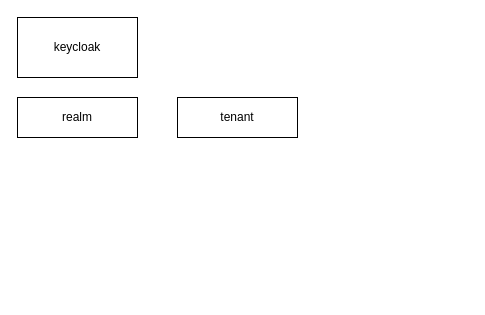
The draw.io diagram drawio/keycloak.drawio in ParisaMousavi/wordpress, before the edit. Source tidied: cells renumbered, new cells numbered last; positions are measured from the earlier drawing's top-left corner, leaving out a move shared by most shapes. Both pictures are drawn from the tidied source at 100%, with x=0, y=0 at pixel (17, 17).
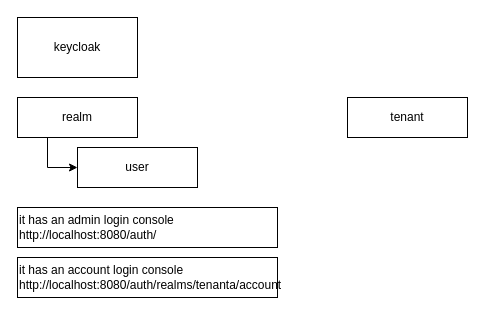
Above is the later version.

The edit, as a diff of the source:
```diff
@@
 <mxGraphModel>
   <root>
     <mxCell id="0" />
     <mxCell id="1" parent="0" />
     <mxCell id="2" value="keycloak" style="rounded=0;whiteSpace=wrap;html=1;" parent="1" vertex="1">
       <mxGeometry width="120" height="60" as="geometry" />
     </mxCell>
+    <mxCell id="5" style="edgeStyle=orthogonalEdgeStyle;rounded=0;jettySize=auto;html=1;exitX=0.25;exitY=1;exitDx=0;exitDy=0;entryX=0;entryY=0.5;entryDx=0;entryDy=0;" parent="1" edge="1" source="3" target="6">
+      <mxGeometry relative="1" as="geometry" />
+    </mxCell>
     <mxCell id="3" value="realm" style="rounded=0;whiteSpace=wrap;html=1;" parent="1" vertex="1">
       <mxGeometry y="80" width="120" height="40" as="geometry" />
     </mxCell>
     <mxCell id="4" value="tenant" style="rounded=0;whiteSpace=wrap;html=1;" parent="1" vertex="1">
-      <mxGeometry x="160" y="80" width="120" height="40" as="geometry" />
+      <mxGeometry x="330" y="80" width="120" height="40" as="geometry" />
     </mxCell>
+    <mxCell id="6" value="user" style="rounded=0;whiteSpace=wrap;html=1;" parent="1" vertex="1">
+      <mxGeometry x="60" y="130" width="120" height="40" as="geometry" />
+    </mxCell>
+    <mxCell id="7" value="it has an admin login console&lt;br&gt;http://localhost:8080/auth/" style="rounded=0;whiteSpace=wrap;html=1;align=left;" parent="1" vertex="1">
+      <mxGeometry y="190" width="260" height="40" as="geometry" />
+    </mxCell>
+    <mxCell id="8" value="it has an account login console&lt;br&gt;http://localhost:8080/auth/realms/tenanta/account" style="rounded=0;whiteSpace=wrap;html=1;align=left;" parent="1" vertex="1">
+      <mxGeometry y="240" width="260" height="40" as="geometry" />
+    </mxCell>
   </root>
 </mxGraphModel>
```
